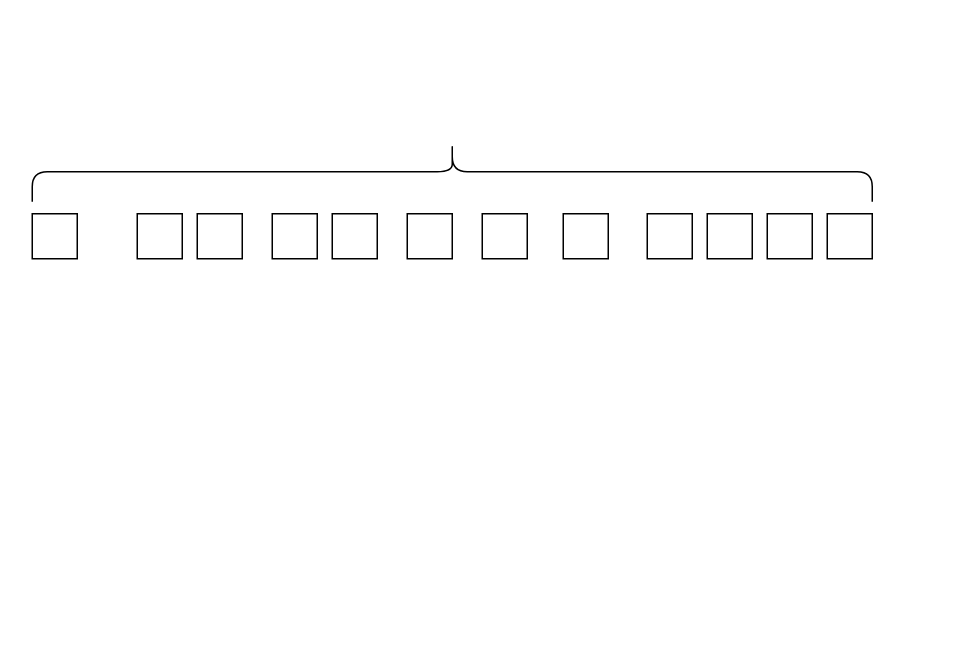
Before: Untitled Diagram.drawio in gaoheran217/cloudImg, a draw.io diagram. Source tidied: cells renumbered, new cells numbered last; positions are measured from the earlier drawing's top-left corner, leaving out a move shared by most shapes. Both pictures are drawn from the tidied source at 150%, with x=0, y=0 at pixel (32, -249).
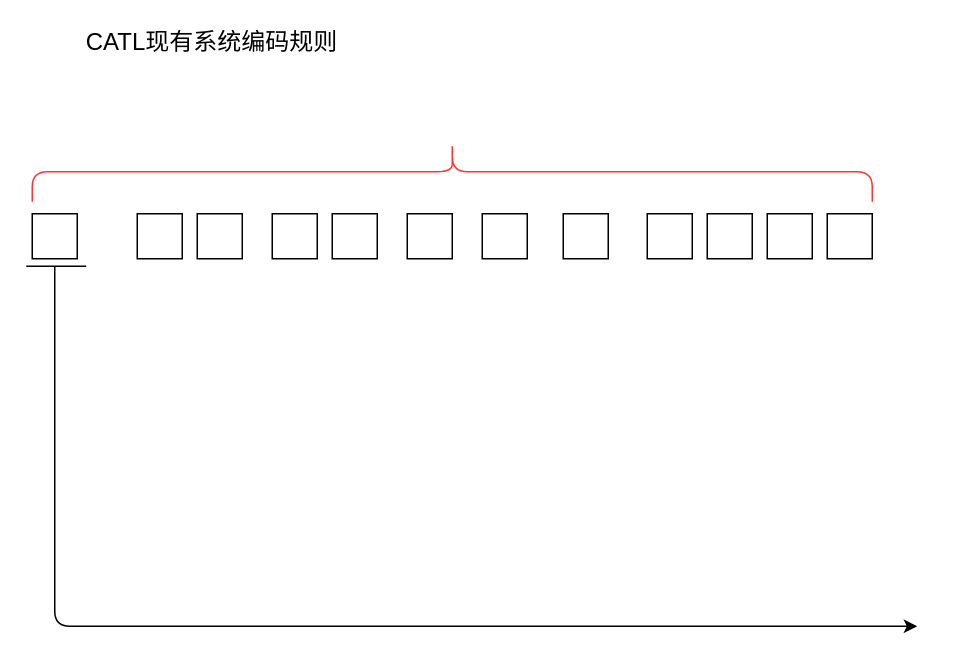
The same page after the edit.

Diff of the diagram source:
```diff
@@
-    <mxCell id="14" style="shape=curlyBracket;whiteSpace=wrap;html=1;rounded=1;rotation=90;" parent="1" vertex="1">
+    <mxCell id="14" style="shape=curlyBracket;whiteSpace=wrap;html=1;rounded=1;rotation=90;strokeColor=#FF3333;" parent="1" vertex="1">
       <mxGeometry x="260" width="40" height="560" as="geometry" />
     </mxCell>
+    <mxCell id="15" value="&lt;font style=&quot;font-size: 16px&quot;&gt;CATL现有系统编码规则&lt;/font&gt;" style="text;html=1;strokeColor=none;fillColor=none;align=center;verticalAlign=middle;whiteSpace=wrap;rounded=0;" parent="1" vertex="1">
+      <mxGeometry x="30" y="183" width="180" height="20" as="geometry" />
+    </mxCell>
+    <mxCell id="16" style="endArrow=none;html=1;" parent="1" edge="1">
+      <mxGeometry relative="1" as="geometry">
+        <mxPoint x="-4" y="343" as="sourcePoint" />
+        <mxPoint x="36" y="343" as="targetPoint" />
+      </mxGeometry>
+    </mxCell>
+    <mxCell id="17" style="endArrow=classic;html=1;" parent="1" edge="1">
+      <mxGeometry relative="1" as="geometry">
+        <mxPoint x="15" y="343" as="sourcePoint" />
+        <mxPoint x="590" y="583" as="targetPoint" />
+        <Array as="points">
+          <mxPoint x="15" y="583" />
+        </Array>
+      </mxGeometry>
+    </mxCell>
```
